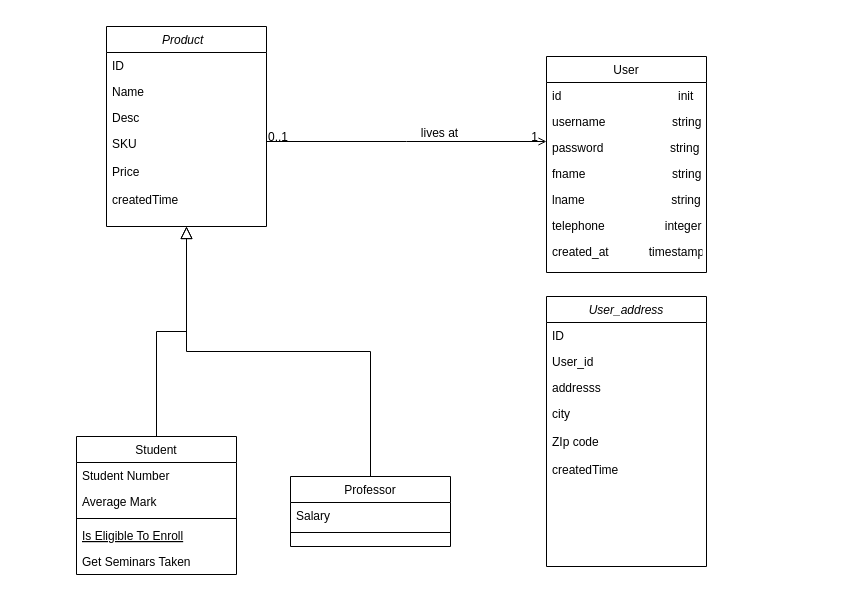
Above: Untitled Diagram.drawio in samtheeagle123/shop1 (draw.io), before the change. Source tidied: cells renumbered, new cells numbered last; positions are measured from the earlier drawing's top-left corner, leaving out a move shared by most shapes. Both pictures are drawn from the tidied source at 100%, with x=0, y=0 at pixel (76, 26).
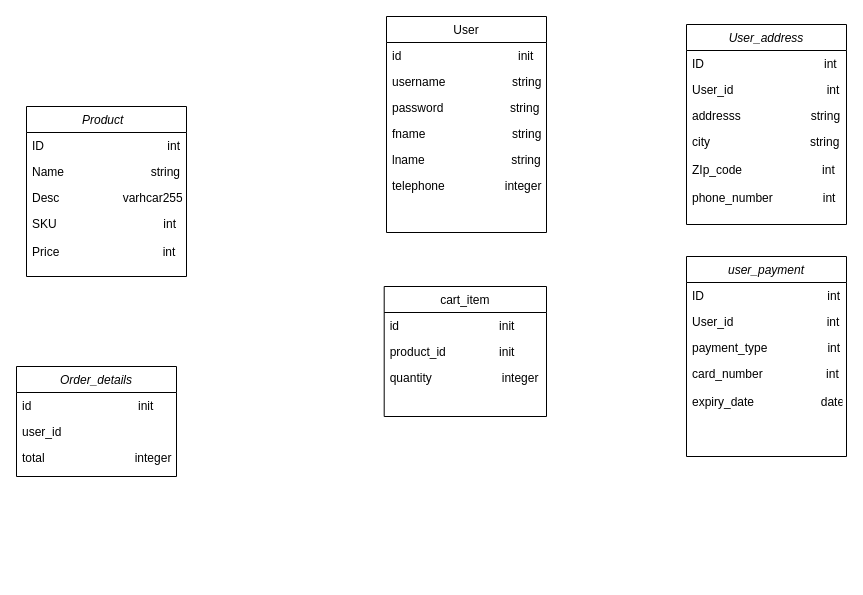
Above is the later version.

Change to the diagram source:
```diff
@@
     <mxCell id="2" value="Product  &#10;&#10;" style="swimlane;fontStyle=2;align=center;verticalAlign=top;horizontal=1;startSize=26;rounded=0;shadow=0;strokeWidth=1;" parent="1" vertex="1">
-      <mxGeometry x="30" width="160" height="200" as="geometry" />
+      <mxGeometry x="-50" y="80" width="160" height="170" as="geometry" />
     </mxCell>
-    <mxCell id="3" value="ID" style="text;align=left;verticalAlign=top;spacingLeft=4;spacingRight=4;overflow=hidden;" parent="2" vertex="1">
+    <mxCell id="3" value="ID                                     int" style="text;align=left;verticalAlign=top;spacingLeft=4;spacingRight=4;overflow=hidden;" parent="2" vertex="1">
       <mxGeometry y="26" width="160" height="26" as="geometry" />
     </mxCell>
-    <mxCell id="4" value="Name" style="text;align=left;verticalAlign=top;spacingLeft=4;spacingRight=4;overflow=hidden;rounded=0;shadow=0;html=0;" parent="2" vertex="1">
+    <mxCell id="4" value="Name                          string" style="text;align=left;verticalAlign=top;spacingLeft=4;spacingRight=4;overflow=hidden;rounded=0;shadow=0;html=0;" parent="2" vertex="1">
       <mxGeometry y="52" width="160" height="26" as="geometry" />
     </mxCell>
-    <mxCell id="5" value="Desc&#10;" style="text;align=left;verticalAlign=top;spacingLeft=4;spacingRight=4;overflow=hidden;rounded=0;shadow=0;html=0;" parent="2" vertex="1">
+    <mxCell id="5" value="Desc                   varhcar255&#10;" style="text;align=left;verticalAlign=top;spacingLeft=4;spacingRight=4;overflow=hidden;rounded=0;shadow=0;html=0;" parent="2" vertex="1">
       <mxGeometry y="78" width="160" height="26" as="geometry" />
     </mxCell>
-    <mxCell id="6" value="SKU" style="text;align=left;verticalAlign=top;spacingLeft=4;spacingRight=4;overflow=hidden;" parent="2" vertex="1">
+    <mxCell id="6" value="SKU                                int" style="text;align=left;verticalAlign=top;spacingLeft=4;spacingRight=4;overflow=hidden;" parent="2" vertex="1">
       <mxGeometry y="104" width="160" height="28" as="geometry" />
     </mxCell>
-    <mxCell id="7" value="Price" style="text;align=left;verticalAlign=top;spacingLeft=4;spacingRight=4;overflow=hidden;" parent="2" vertex="1">
+    <mxCell id="7" value="Price                               int" style="text;align=left;verticalAlign=top;spacingLeft=4;spacingRight=4;overflow=hidden;" parent="2" vertex="1">
       <mxGeometry y="132" width="160" height="28" as="geometry" />
     </mxCell>
-    <mxCell id="8" value="createdTime" style="text;align=left;verticalAlign=top;spacingLeft=4;spacingRight=4;overflow=hidden;" parent="2" vertex="1">
-      <mxGeometry y="160" width="160" height="28" as="geometry" />
-    </mxCell>
-    <mxCell id="9" value="Student" style="swimlane;fontStyle=0;align=center;verticalAlign=top;horizontal=1;startSize=26;rounded=0;shadow=0;strokeWidth=1;" parent="1" vertex="1">
-      <mxGeometry y="410" width="160" height="138" as="geometry" />
+    <mxCell id="9" value="cart_item" style="swimlane;fontStyle=0;align=center;verticalAlign=top;horizontal=1;startSize=26;rounded=0;shadow=0;strokeWidth=1;" parent="1" vertex="1">
+      <mxGeometry x="307.7" y="260" width="162.3" height="130" as="geometry" />
     </mxCell>
-    <mxCell id="10" value="Student Number" style="text;align=left;verticalAlign=top;spacingLeft=4;spacingRight=4;overflow=hidden;" parent="9" vertex="1">
-      <mxGeometry y="26" width="160" height="26" as="geometry" />
+    <mxCell id="10" value="id                              init" style="text;align=left;verticalAlign=top;spacingLeft=4;spacingRight=4;overflow=hidden;" parent="9" vertex="1">
+      <mxGeometry y="26" width="162.3" height="26" as="geometry" />
     </mxCell>
-    <mxCell id="11" value="Average Mark" style="text;align=left;verticalAlign=top;spacingLeft=4;spacingRight=4;overflow=hidden;rounded=0;shadow=0;html=0;" parent="9" vertex="1">
-      <mxGeometry y="52" width="160" height="26" as="geometry" />
-    </mxCell>
-    <mxCell id="12" style="line;html=1;strokeWidth=1;align=left;verticalAlign=middle;spacingTop=-1;spacingLeft=3;spacingRight=3;labelPosition=right;" parent="9" vertex="1">
-      <mxGeometry y="78" width="160" height="8" as="geometry" />
-    </mxCell>
-    <mxCell id="13" value="Is Eligible To Enroll" style="text;align=left;verticalAlign=top;spacingLeft=4;spacingRight=4;overflow=hidden;fontStyle=4;" parent="9" vertex="1">
-      <mxGeometry y="86" width="160" height="26" as="geometry" />
-    </mxCell>
-    <mxCell id="14" value="Get Seminars Taken" style="text;align=left;verticalAlign=top;spacingLeft=4;spacingRight=4;overflow=hidden;" parent="9" vertex="1">
-      <mxGeometry y="112" width="160" height="26" as="geometry" />
-    </mxCell>
-    <mxCell id="15" style="endArrow=block;endSize=10;endFill=0;shadow=0;strokeWidth=1;rounded=0;edgeStyle=elbowEdgeStyle;elbow=vertical;" parent="1" edge="1" source="9" target="2">
-      <mxGeometry relative="1" as="geometry" />
-    </mxCell>
-    <mxCell id="16" value="Professor" style="swimlane;fontStyle=0;align=center;verticalAlign=top;horizontal=1;startSize=26;rounded=0;shadow=0;strokeWidth=1;" parent="1" vertex="1">
-      <mxGeometry x="214" y="450" width="160" height="70" as="geometry" />
-    </mxCell>
-    <mxCell id="17" value="Salary" style="text;align=left;verticalAlign=top;spacingLeft=4;spacingRight=4;overflow=hidden;" parent="16" vertex="1">
-      <mxGeometry y="26" width="160" height="26" as="geometry" />
-    </mxCell>
-    <mxCell id="18" style="line;html=1;strokeWidth=1;align=left;verticalAlign=middle;spacingTop=-1;spacingLeft=3;spacingRight=3;labelPosition=right;" parent="16" vertex="1">
-      <mxGeometry y="52" width="160" height="8" as="geometry" />
-    </mxCell>
-    <mxCell id="19" style="endArrow=block;endSize=10;endFill=0;shadow=0;strokeWidth=1;rounded=0;edgeStyle=elbowEdgeStyle;elbow=vertical;" parent="1" edge="1" source="16" target="2">
-      <mxGeometry relative="1" as="geometry" />
-    </mxCell>
+    <mxCell id="39" value="product_id                init" style="text;align=left;verticalAlign=top;spacingLeft=4;spacingRight=4;overflow=hidden;" parent="9" vertex="1">
+      <mxGeometry y="52" width="162.3" height="26" as="geometry" />
+    </mxCell>
+    <mxCell id="40" value="quantity                     integer" style="text;align=left;verticalAlign=top;spacingLeft=4;spacingRight=4;overflow=hidden;" parent="9" vertex="1">
+      <mxGeometry y="78" width="162.3" height="26" as="geometry" />
+    </mxCell>
     <mxCell id="20" value="User" style="swimlane;fontStyle=0;align=center;verticalAlign=top;horizontal=1;startSize=26;rounded=0;shadow=0;strokeWidth=1;" parent="1" vertex="1">
-      <mxGeometry x="470" y="30" width="160" height="216" as="geometry" />
+      <mxGeometry x="310" y="-10" width="160" height="216" as="geometry" />
     </mxCell>
@@
-    <mxCell id="27" value="created_at            timestamp" style="text;align=left;verticalAlign=top;spacingLeft=4;spacingRight=4;overflow=hidden;rounded=0;shadow=0;html=0;" parent="20" vertex="1">
-      <mxGeometry y="182" width="160" height="26" as="geometry" />
-    </mxCell>
-    <mxCell id="28" style="endArrow=open;shadow=0;strokeWidth=1;rounded=0;endFill=1;edgeStyle=elbowEdgeStyle;elbow=vertical;" parent="1" edge="1" source="2" target="20">
-      <mxGeometry x="0.5" y="41" relative="1" as="geometry">
-        <mxPoint x="-40" y="32" as="offset" />
-      </mxGeometry>
-    </mxCell>
-    <mxCell id="29" value="0..1" style="align=left;verticalAlign=bottom;labelBackgroundColor=none;fontSize=12;" parent="28" vertex="1">
-      <mxGeometry x="-1" relative="1" as="geometry">
-        <mxPoint y="4" as="offset" />
-      </mxGeometry>
-    </mxCell>
-    <mxCell id="30" value="1" style="align=right;verticalAlign=bottom;labelBackgroundColor=none;fontSize=12;" parent="28" vertex="1">
-      <mxGeometry x="1" relative="1" as="geometry">
-        <mxPoint x="-7" y="4" as="offset" />
-      </mxGeometry>
-    </mxCell>
-    <mxCell id="31" value="lives at" style="text;html=1;align=center;verticalAlign=middle;labelBackgroundColor=none;rounded=0;shadow=0;strokeWidth=1;fontSize=12;" parent="28" vertex="1">
-      <mxGeometry x="0.5" y="49" relative="1" as="geometry">
-        <mxPoint x="-38" y="40" as="offset" />
-      </mxGeometry>
-    </mxCell>
     <mxCell id="32" value="User_address" style="swimlane;fontStyle=2;align=center;verticalAlign=top;horizontal=1;startSize=26;rounded=0;shadow=0;strokeWidth=1;" parent="1" vertex="1">
-      <mxGeometry x="470" y="270" width="160" height="270" as="geometry" />
+      <mxGeometry x="610" y="-2" width="160" height="200" as="geometry" />
     </mxCell>
-    <mxCell id="33" value="ID" style="text;align=left;verticalAlign=top;spacingLeft=4;spacingRight=4;overflow=hidden;" parent="32" vertex="1">
+    <mxCell id="33" value="ID                                    int" style="text;align=left;verticalAlign=top;spacingLeft=4;spacingRight=4;overflow=hidden;" parent="32" vertex="1">
       <mxGeometry y="26" width="160" height="26" as="geometry" />
     </mxCell>
-    <mxCell id="34" value="User_id" style="text;align=left;verticalAlign=top;spacingLeft=4;spacingRight=4;overflow=hidden;rounded=0;shadow=0;html=0;" parent="32" vertex="1">
+    <mxCell id="34" value="User_id                            int" style="text;align=left;verticalAlign=top;spacingLeft=4;spacingRight=4;overflow=hidden;rounded=0;shadow=0;html=0;" parent="32" vertex="1">
       <mxGeometry y="52" width="160" height="26" as="geometry" />
     </mxCell>
-    <mxCell id="35" value="addresss" style="text;align=left;verticalAlign=top;spacingLeft=4;spacingRight=4;overflow=hidden;rounded=0;shadow=0;html=0;" parent="32" vertex="1">
+    <mxCell id="35" value="addresss                     string" style="text;align=left;verticalAlign=top;spacingLeft=4;spacingRight=4;overflow=hidden;rounded=0;shadow=0;html=0;" parent="32" vertex="1">
       <mxGeometry y="78" width="160" height="26" as="geometry" />
     </mxCell>
-    <mxCell id="36" value="city" style="text;align=left;verticalAlign=top;spacingLeft=4;spacingRight=4;overflow=hidden;" parent="32" vertex="1">
+    <mxCell id="36" value="city                              string" style="text;align=left;verticalAlign=top;spacingLeft=4;spacingRight=4;overflow=hidden;" parent="32" vertex="1">
       <mxGeometry y="104" width="160" height="28" as="geometry" />
     </mxCell>
-    <mxCell id="37" value="ZIp code" style="text;align=left;verticalAlign=top;spacingLeft=4;spacingRight=4;overflow=hidden;" parent="32" vertex="1">
+    <mxCell id="37" value="ZIp_code                        int" style="text;align=left;verticalAlign=top;spacingLeft=4;spacingRight=4;overflow=hidden;" parent="32" vertex="1">
       <mxGeometry y="132" width="160" height="28" as="geometry" />
     </mxCell>
-    <mxCell id="38" value="createdTime" style="text;align=left;verticalAlign=top;spacingLeft=4;spacingRight=4;overflow=hidden;" parent="32" vertex="1">
-      <mxGeometry y="160" width="160" height="28" as="geometry" />
-    </mxCell>
+    <mxCell id="41" value="phone_number               int" style="text;align=left;verticalAlign=top;spacingLeft=4;spacingRight=4;overflow=hidden;" parent="32" vertex="1">
+      <mxGeometry y="160" width="160" height="28" as="geometry" />
+    </mxCell>
+    <mxCell id="42" value="user_payment&#10;" style="swimlane;fontStyle=2;align=center;verticalAlign=top;horizontal=1;startSize=26;rounded=0;shadow=0;strokeWidth=1;" parent="1" vertex="1">
+      <mxGeometry x="610" y="230" width="160" height="200" as="geometry" />
+    </mxCell>
+    <mxCell id="43" value="ID                                     int" style="text;align=left;verticalAlign=top;spacingLeft=4;spacingRight=4;overflow=hidden;" parent="42" vertex="1">
+      <mxGeometry y="26" width="160" height="26" as="geometry" />
+    </mxCell>
+    <mxCell id="44" value="User_id                            int" style="text;align=left;verticalAlign=top;spacingLeft=4;spacingRight=4;overflow=hidden;rounded=0;shadow=0;html=0;" parent="42" vertex="1">
+      <mxGeometry y="52" width="160" height="26" as="geometry" />
+    </mxCell>
+    <mxCell id="45" value="payment_type                  int" style="text;align=left;verticalAlign=top;spacingLeft=4;spacingRight=4;overflow=hidden;rounded=0;shadow=0;html=0;" parent="42" vertex="1">
+      <mxGeometry y="78" width="160" height="26" as="geometry" />
+    </mxCell>
+    <mxCell id="46" value="card_number                   int" style="text;align=left;verticalAlign=top;spacingLeft=4;spacingRight=4;overflow=hidden;" parent="42" vertex="1">
+      <mxGeometry y="104" width="160" height="28" as="geometry" />
+    </mxCell>
+    <mxCell id="47" value="expiry_date                    date" style="text;align=left;verticalAlign=top;spacingLeft=4;spacingRight=4;overflow=hidden;" parent="42" vertex="1">
+      <mxGeometry y="132" width="160" height="28" as="geometry" />
+    </mxCell>
+    <mxCell id="48" value="Order_details" style="swimlane;fontStyle=2;align=center;verticalAlign=top;horizontal=1;startSize=26;rounded=0;shadow=0;strokeWidth=1;" parent="1" vertex="1">
+      <mxGeometry x="-60" y="340" width="160" height="110" as="geometry" />
+    </mxCell>
+    <mxCell id="49" value="id                                init" style="text;align=left;verticalAlign=top;spacingLeft=4;spacingRight=4;overflow=hidden;" parent="48" vertex="1">
+      <mxGeometry y="26" width="160" height="26" as="geometry" />
+    </mxCell>
+    <mxCell id="50" value="user_id" style="text;align=left;verticalAlign=top;spacingLeft=4;spacingRight=4;overflow=hidden;rounded=0;shadow=0;html=0;" parent="48" vertex="1">
+      <mxGeometry y="52" width="160" height="26" as="geometry" />
+    </mxCell>
+    <mxCell id="51" value="total                           integer" style="text;align=left;verticalAlign=top;spacingLeft=4;spacingRight=4;overflow=hidden;rounded=0;shadow=0;html=0;" parent="48" vertex="1">
+      <mxGeometry y="78" width="160" height="26" as="geometry" />
+    </mxCell>
```
